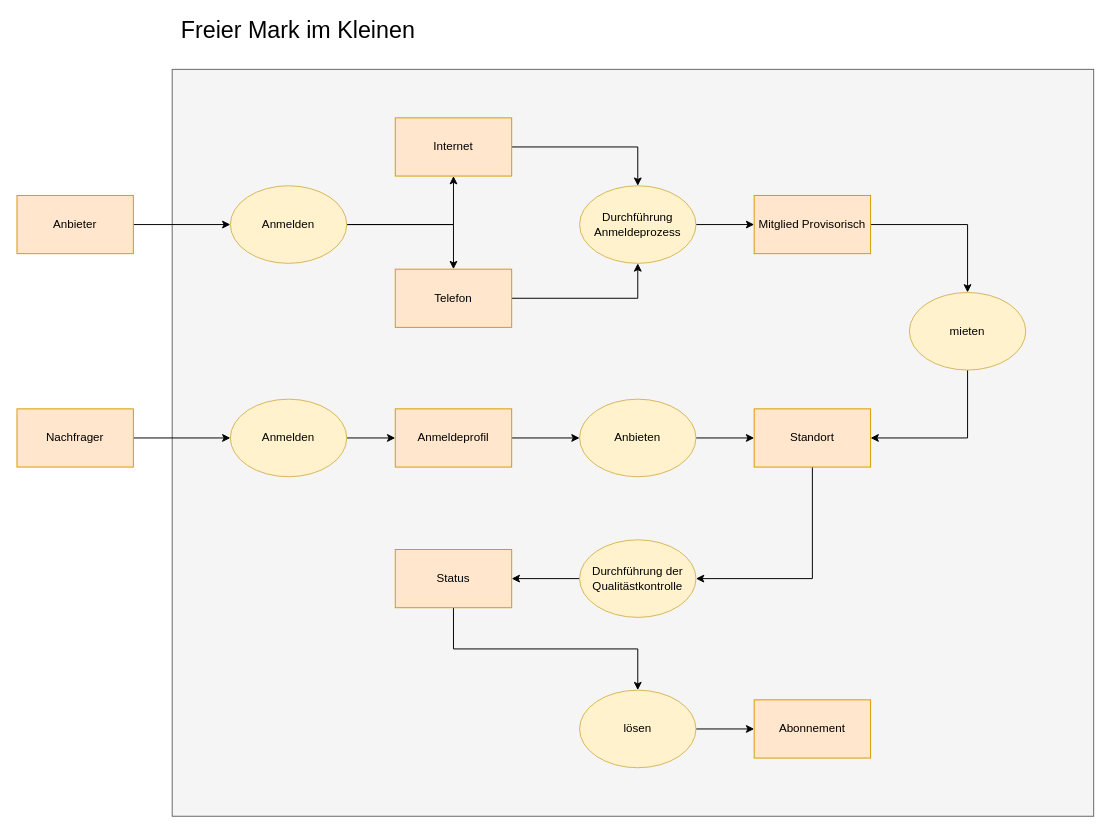
This is docs/Kontextdiagram.drawio from PatrickRoethlisberger/CS-Datenbanktechnologie, a draw.io file, before an edit. Source tidied: cells renumbered, new cells numbered last; positions are measured from the earlier drawing's top-left corner, leaving out a move shared by most shapes. Both pictures are drawn from the tidied source at 97%, with x=0, y=0 at pixel (16, 20).
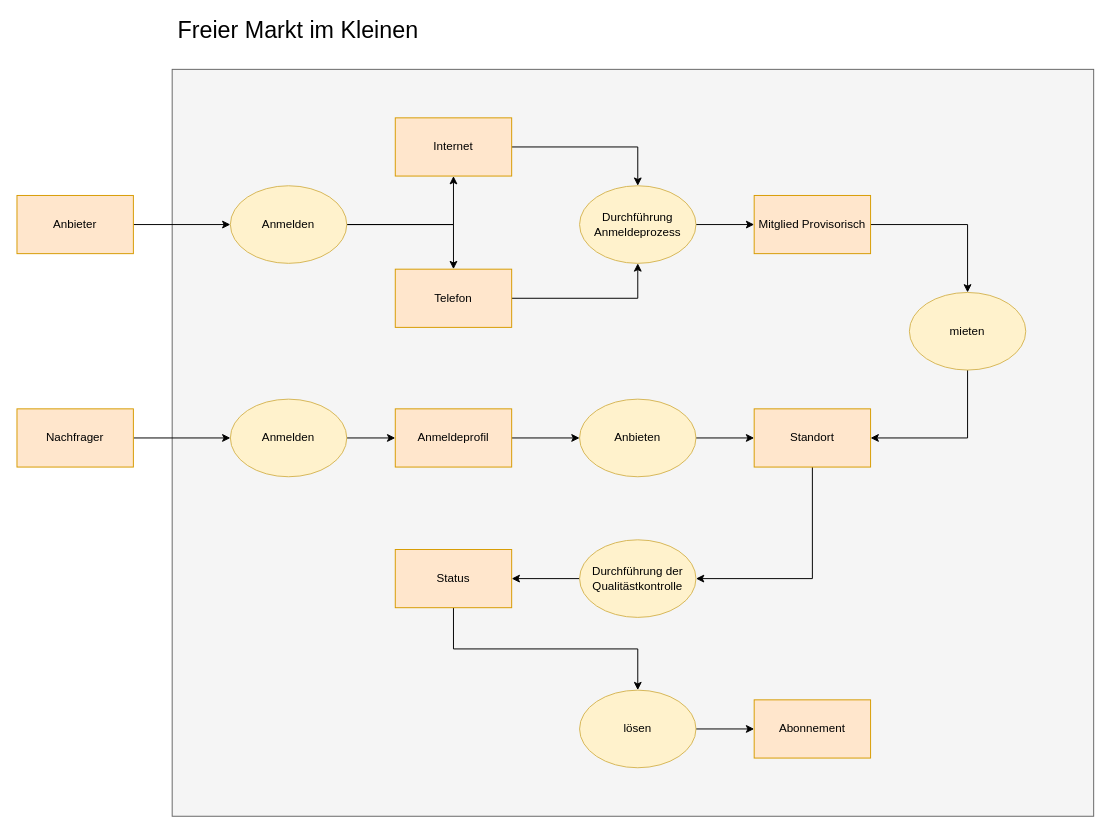
The same page after the edit.

What changed in the source:
```diff
@@
-    <mxCell id="3" value="&lt;font style=&quot;font-size: 24px&quot;&gt;Freier Mark im Kleinen&lt;/font&gt;" style="text;html=1;strokeColor=none;fillColor=none;align=center;verticalAlign=middle;whiteSpace=wrap;rounded=0;" parent="1" vertex="1">
+    <mxCell id="3" value="&lt;font style=&quot;font-size: 24px&quot;&gt;Freier Markt im Kleinen&lt;/font&gt;" style="text;html=1;strokeColor=none;fillColor=none;align=center;verticalAlign=middle;whiteSpace=wrap;rounded=0;" parent="1" vertex="1">
       <mxGeometry x="160" width="260" height="20" as="geometry" />
     </mxCell>
```
